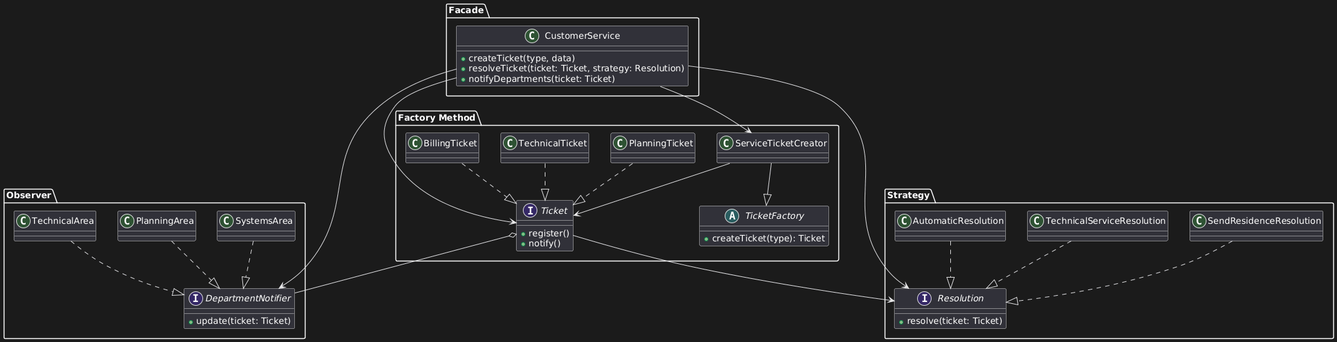
Above: img/system.png in DilanUni/design-patterns-Ing (PlantUML), before the change. Source of this version:
```plantuml
@startuml
package "Factory Method" {
    interface Ticket {
        +register()
        +notify()
    }

    class BillingTicket
    class TechnicalTicket
    class PlanningTicket

    abstract class TicketFactory {
        +createTicket(type): Ticket
    }

    class ServiceTicketCreator

    BillingTicket ..|> Ticket
    TechnicalTicket ..|> Ticket
    PlanningTicket ..|> Ticket
    ServiceTicketCreator --|> TicketFactory
    ServiceTicketCreator --> Ticket
}

package "Observer" {
    interface DepartmentNotifier {
        +update(ticket: Ticket)
    }

    class TechnicalArea
    class PlanningArea
    class SystemsArea

    Ticket o-- DepartmentNotifier

    TechnicalArea ..|> DepartmentNotifier
    PlanningArea ..|> DepartmentNotifier
    SystemsArea ..|> DepartmentNotifier
}

package "Strategy" {
    interface Resolution {
        +resolve(ticket: Ticket)
    }

    class AutomaticResolution
    class TechnicalServiceResolution
    class SendResidenceResolution

    Ticket --> Resolution

    AutomaticResolution ..|> Resolution
    TechnicalServiceResolution ..|> Resolution
    SendResidenceResolution ..|> Resolution
}

package "Facade" {
    class CustomerService {
        +createTicket(type, data)
        +resolveTicket(ticket: Ticket, strategy: Resolution)
        +notifyDepartments(ticket: Ticket)
    }

    CustomerService --> ServiceTicketCreator
    CustomerService --> Ticket
    CustomerService --> DepartmentNotifier
    CustomerService --> Resolution
}
@enduml
```
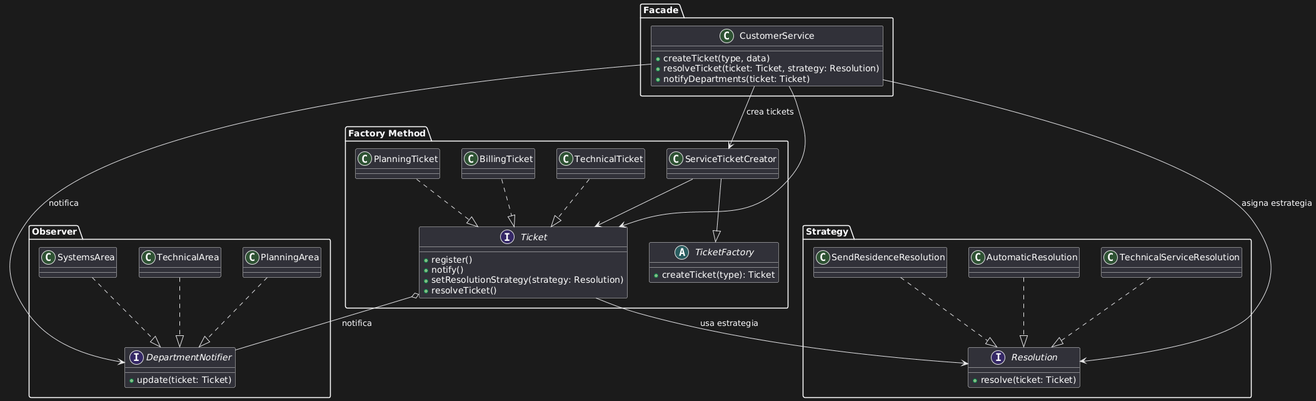
After the commit.

Commit message:
actualizar diagrama del sistema para mantener la coherencia

Change to the diagram source:
```diff
@@ -3,6 +3,8 @@
     interface Ticket {
         +register()
         +notify()
+        +setResolutionStrategy(strategy: Resolution)
+        +resolveTicket()
     }
 
     class BillingTicket
@@ -31,7 +33,7 @@
     class PlanningArea
     class SystemsArea
 
-    Ticket o-- DepartmentNotifier
+    Ticket o-- DepartmentNotifier : notifica
 
     TechnicalArea ..|> DepartmentNotifier
     PlanningArea ..|> DepartmentNotifier
@@ -47,7 +49,7 @@
     class TechnicalServiceResolution
     class SendResidenceResolution
 
-    Ticket --> Resolution
+    Ticket --> Resolution : usa estrategia
 
     AutomaticResolution ..|> Resolution
     TechnicalServiceResolution ..|> Resolution
@@ -61,9 +63,9 @@
         +notifyDepartments(ticket: Ticket)
     }
 
-    CustomerService --> ServiceTicketCreator
+    CustomerService --> ServiceTicketCreator : crea tickets
     CustomerService --> Ticket
-    CustomerService --> DepartmentNotifier
-    CustomerService --> Resolution
+    CustomerService --> DepartmentNotifier : notifica
+    CustomerService --> Resolution : asigna estrategia
 }
 @enduml
```
